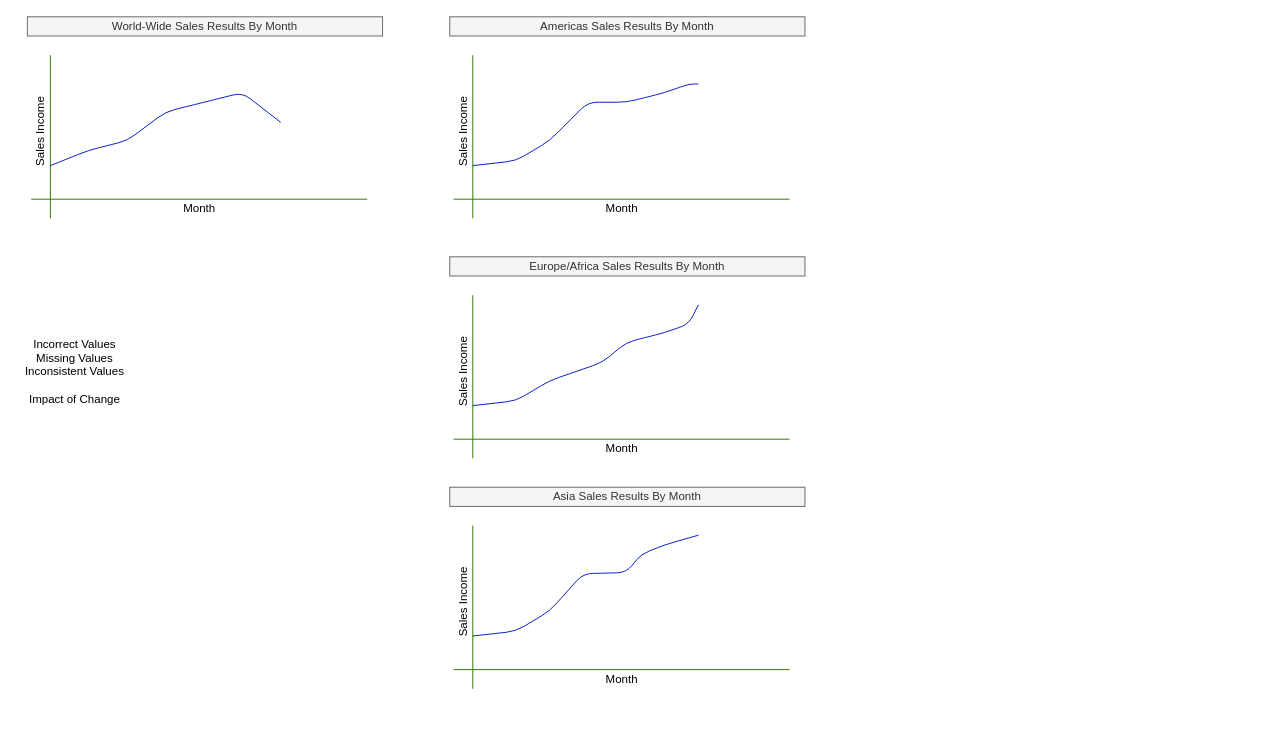
Before: page "examples" (1 of 12) of site/docs/features/lineage-management/lineage.drawio in odpi/egeria-docs, a draw.io diagram. Source tidied: cells renumbered, new cells numbered last; positions are measured from the earlier drawing's top-left corner, leaving out a move shared by most shapes. Both pictures are drawn from the tidied source at 96%, with x=0, y=0 at pixel (-3, 16).
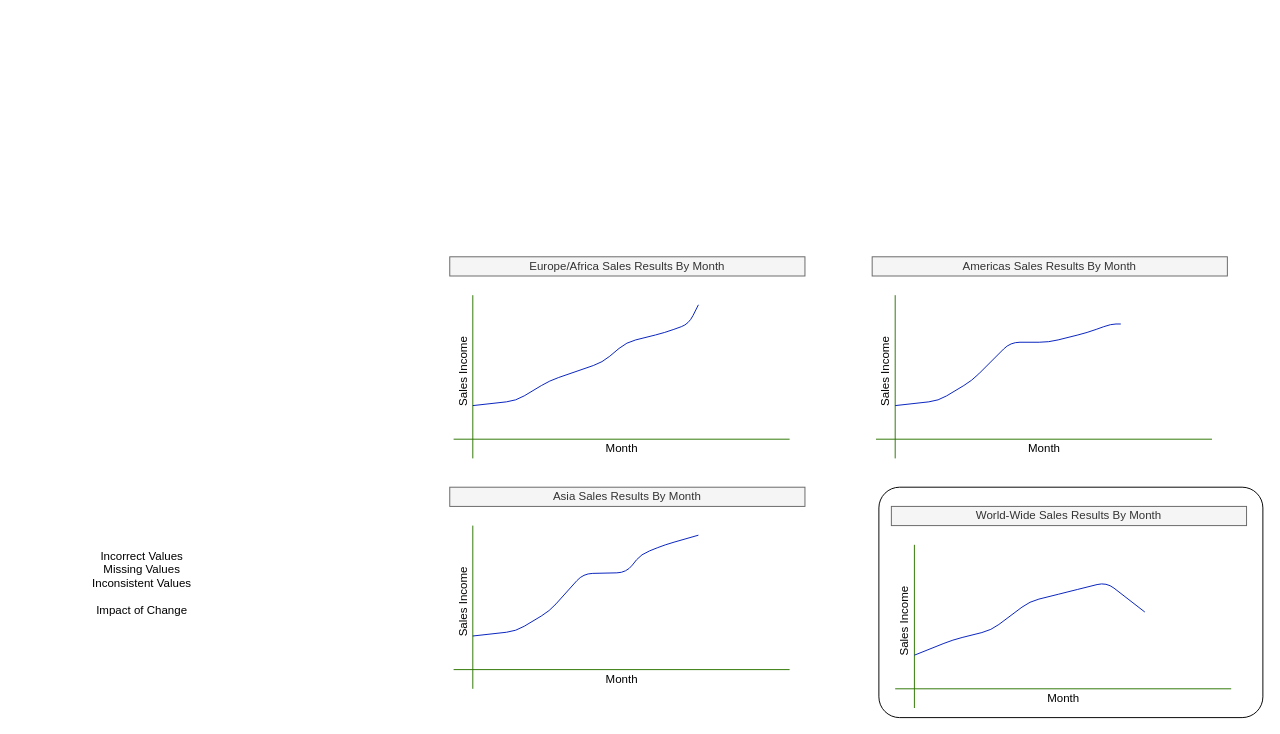
Above is the later version.

Diff of the diagram source:
```diff
@@
+    <mxCell id="27" style="rounded=1;whiteSpace=wrap;html=1;arcSize=9;" parent="1" vertex="1">
+      <mxGeometry x="918" y="490" width="400" height="240" as="geometry" />
+    </mxCell>
     <mxCell id="2" value="World-Wide Sales Results By Month" style="rounded=0;whiteSpace=wrap;html=1;fillColor=#f5f5f5;strokeColor=#666666;fontColor=#333333;" parent="1" vertex="1">
-      <mxGeometry x="31" width="370" height="20" as="geometry" />
+      <mxGeometry x="931" y="510" width="370" height="20" as="geometry" />
     </mxCell>
     <mxCell id="3" value="Incorrect Values&lt;br&gt;Missing Values&lt;br&gt;Inconsistent Values&lt;br&gt;&lt;br&gt;Impact of Change" style="text;html=1;align=center;verticalAlign=middle;strokeColor=none;fillColor=none;" parent="1" vertex="1">
-      <mxGeometry x="20" y="330" width="120" height="80" as="geometry" />
+      <mxGeometry x="90" y="550" width="120" height="80" as="geometry" />
     </mxCell>
     <mxCell id="4" style="endArrow=none;html=1;fillColor=#60a917;strokeColor=#2D7600;" parent="1" edge="1">
       <mxGeometry relative="1" as="geometry">
-        <mxPoint x="55" y="210" as="sourcePoint" />
-        <mxPoint x="55" y="40" as="targetPoint" />
+        <mxPoint x="955" y="720" as="sourcePoint" />
+        <mxPoint x="955" y="550" as="targetPoint" />
       </mxGeometry>
     </mxCell>
     <mxCell id="5" style="endArrow=none;html=1;fillColor=#60a917;strokeColor=#2D7600;" parent="1" edge="1">
       <mxGeometry relative="1" as="geometry">
-        <mxPoint x="35" y="190" as="sourcePoint" />
-        <mxPoint x="385" y="190" as="targetPoint" />
+        <mxPoint x="935" y="700" as="sourcePoint" />
+        <mxPoint x="1285" y="700" as="targetPoint" />
       </mxGeometry>
     </mxCell>
     <mxCell id="6" style="endArrow=none;html=1;fillColor=#0050ef;strokeColor=#001DBC;" parent="1" edge="1">
       <mxGeometry relative="1" as="geometry">
-        <mxPoint x="55" y="155" as="sourcePoint" />
-        <mxPoint x="295" y="110" as="targetPoint" />
+        <mxPoint x="955" y="665" as="sourcePoint" />
+        <mxPoint x="1195" y="620" as="targetPoint" />
         <Array as="points">
-          <mxPoint x="95" y="139" />
-          <mxPoint x="135" y="129" />
-          <mxPoint x="175" y="99" />
-          <mxPoint x="215" y="89" />
-          <mxPoint x="255" y="79" />
-          <mxPoint x="295" y="110" />
+          <mxPoint x="995" y="649" />
+          <mxPoint x="1035" y="639" />
+          <mxPoint x="1075" y="609" />
+          <mxPoint x="1115" y="599" />
+          <mxPoint x="1155" y="589" />
+          <mxPoint x="1195" y="620" />
         </Array>
       </mxGeometry>
     </mxCell>
     <mxCell id="7" value="Month" style="text;html=1;align=center;verticalAlign=middle;strokeColor=none;fillColor=none;" parent="1" vertex="1">
-      <mxGeometry x="185" y="190" width="50" height="20" as="geometry" />
+      <mxGeometry x="1085" y="700" width="50" height="20" as="geometry" />
     </mxCell>
     <mxCell id="8" value="Sales Income" style="text;html=1;align=center;verticalAlign=middle;strokeColor=none;fillColor=none;rotation=-90;" parent="1" vertex="1">
-      <mxGeometry y="110" width="90" height="20" as="geometry" />
+      <mxGeometry x="900" y="620" width="90" height="20" as="geometry" />
     </mxCell>
     <mxCell id="9" value="Americas Sales Results By Month" style="rounded=0;whiteSpace=wrap;html=1;fillColor=#f5f5f5;strokeColor=#666666;fontColor=#333333;" parent="1" vertex="1">
-      <mxGeometry x="471" width="370" height="20" as="geometry" />
+      <mxGeometry x="911" y="250" width="370" height="20" as="geometry" />
     </mxCell>
     <mxCell id="10" style="endArrow=none;html=1;fillColor=#60a917;strokeColor=#2D7600;" parent="1" edge="1">
       <mxGeometry relative="1" as="geometry">
-        <mxPoint x="495" y="210" as="sourcePoint" />
-        <mxPoint x="495" y="40" as="targetPoint" />
+        <mxPoint x="935" y="460" as="sourcePoint" />
+        <mxPoint x="935" y="290" as="targetPoint" />
       </mxGeometry>
     </mxCell>
     <mxCell id="11" style="endArrow=none;html=1;fillColor=#60a917;strokeColor=#2D7600;" parent="1" edge="1">
       <mxGeometry relative="1" as="geometry">
-        <mxPoint x="475" y="190" as="sourcePoint" />
-        <mxPoint x="825" y="190" as="targetPoint" />
+        <mxPoint x="915" y="440" as="sourcePoint" />
+        <mxPoint x="1265" y="440" as="targetPoint" />
       </mxGeometry>
     </mxCell>
     <mxCell id="12" style="endArrow=none;html=1;fillColor=#0050ef;strokeColor=#001DBC;" parent="1" edge="1">
       <mxGeometry relative="1" as="geometry">
-        <mxPoint x="495" y="155" as="sourcePoint" />
-        <mxPoint x="730" y="70" as="targetPoint" />
+        <mxPoint x="935" y="405" as="sourcePoint" />
+        <mxPoint x="1170" y="320" as="targetPoint" />
         <Array as="points">
-          <mxPoint x="540" y="150" />
-          <mxPoint x="575" y="129" />
-          <mxPoint x="615" y="89" />
-          <mxPoint x="655" y="89" />
-          <mxPoint x="695" y="79" />
-          <mxPoint x="720" y="70" />
+          <mxPoint x="980" y="400" />
+          <mxPoint x="1015" y="379" />
+          <mxPoint x="1055" y="339" />
+          <mxPoint x="1095" y="339" />
+          <mxPoint x="1135" y="329" />
+          <mxPoint x="1160" y="320" />
         </Array>
       </mxGeometry>
     </mxCell>
     <mxCell id="13" value="Month" style="text;html=1;align=center;verticalAlign=middle;strokeColor=none;fillColor=none;" parent="1" vertex="1">
-      <mxGeometry x="625" y="190" width="50" height="20" as="geometry" />
+      <mxGeometry x="1065" y="440" width="50" height="20" as="geometry" />
     </mxCell>
     <mxCell id="14" value="Sales Income" style="text;html=1;align=center;verticalAlign=middle;strokeColor=none;fillColor=none;rotation=-90;" parent="1" vertex="1">
-      <mxGeometry x="440" y="110" width="90" height="20" as="geometry" />
+      <mxGeometry x="880" y="360" width="90" height="20" as="geometry" />
     </mxCell>
```
